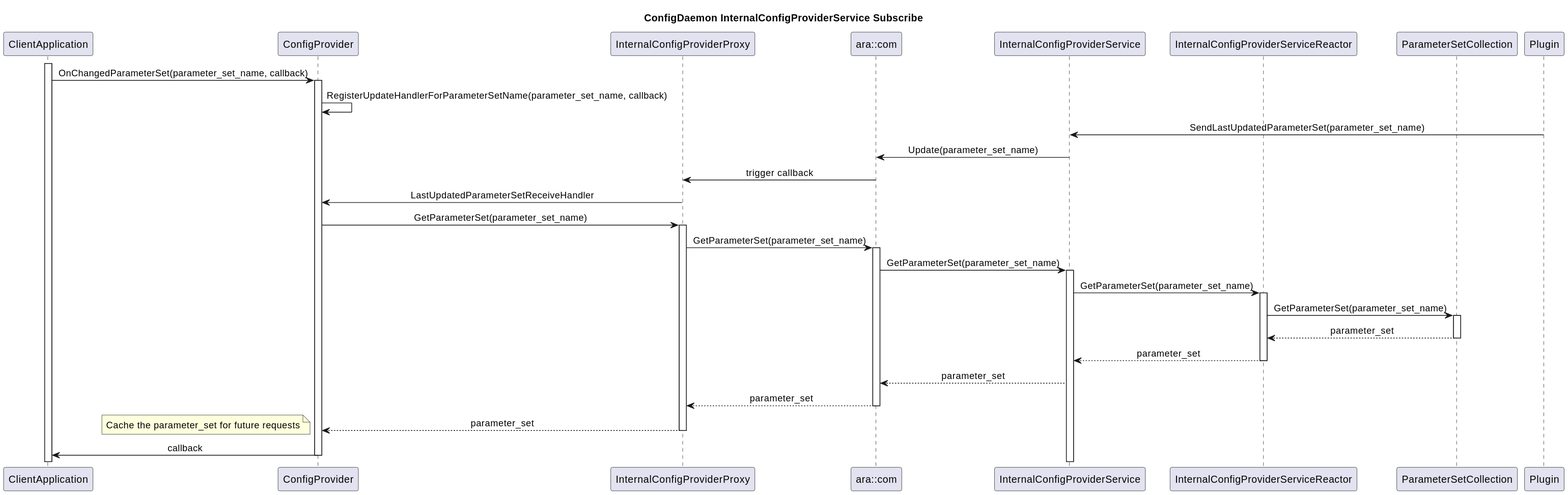
This is score/config_management/config_daemon/detailed_design/sequence_diagrams/generated/svg/cfgd_icp_subscribe_sequence_diagram.svg from akritisingh1109/config_management, a PlantUML export, as it was before one commit. The source it was exported from:
```plantuml
@startuml
skinparam SequenceMessageAlignment center
title ConfigDaemon InternalConfigProviderService Subscribe

participant ClientApplication
!includesub ../sequence_diagrams/cfgd_icp_get_sequence_diagram.puml!GetParameterSetParticipant
participant Plugin


activate ClientApplication
ClientApplication -> ConfigProvider : OnChangedParameterSet(parameter_set_name, callback)
activate ConfigProvider
ConfigProvider -> ConfigProvider: RegisterUpdateHandlerForParameterSetName(parameter_set_name, callback)

Plugin -> InternalConfigProviderService: SendLastUpdatedParameterSet(parameter_set_name)
InternalConfigProviderService -> aracom : Update(parameter_set_name)
aracom -> InternalConfigProviderProxy: trigger callback
InternalConfigProviderProxy -> ConfigProvider: LastUpdatedParameterSetReceiveHandler
!includesub ../sequence_diagrams/cfgd_icp_get_sequence_diagram.puml!GetParameterSet

ConfigProvider -> ClientApplication : callback
deactivate ConfigProvider
@enduml
```
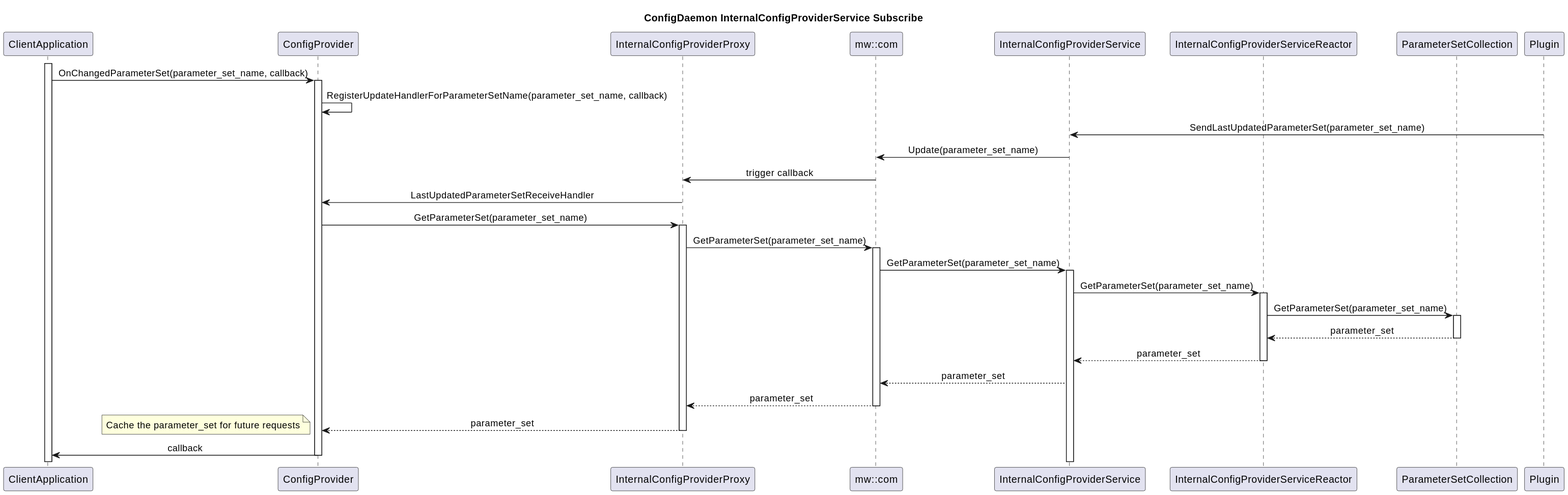
Later version of the same file.

Diff of the diagram source:
```diff
@@ -13,8 +13,8 @@
 ConfigProvider -> ConfigProvider: RegisterUpdateHandlerForParameterSetName(parameter_set_name, callback)
 
 Plugin -> InternalConfigProviderService: SendLastUpdatedParameterSet(parameter_set_name)
-InternalConfigProviderService -> aracom : Update(parameter_set_name)
-aracom -> InternalConfigProviderProxy: trigger callback
+InternalConfigProviderService -> com : Update(parameter_set_name)
+com -> InternalConfigProviderProxy: trigger callback
 InternalConfigProviderProxy -> ConfigProvider: LastUpdatedParameterSetReceiveHandler
 !includesub ../sequence_diagrams/cfgd_icp_get_sequence_diagram.puml!GetParameterSet
 
```
